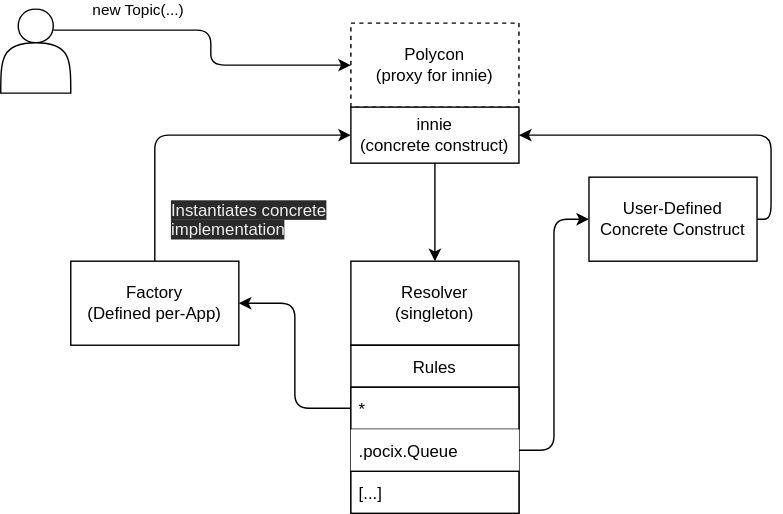
This is docs/polycons.drawio.svg from winglang/polycons, a draw.io export, as it was before one commit. Source tidied: cells renumbered, new cells last; positions are measured from the earlier drawing's top-left corner, leaving out a move shared by most shapes.
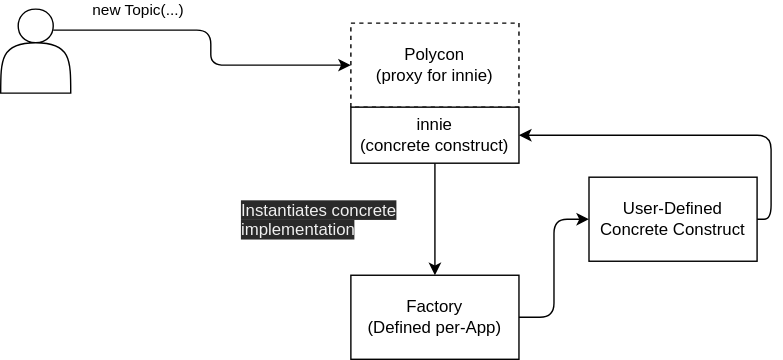
Later version of the same file.

What changed in the source:
```diff
@@ -5,14 +5,8 @@
     <mxCell id="2" value="Polycon&lt;br&gt;(proxy for innie)" style="rounded=0;whiteSpace=wrap;html=1;dashed=1;" parent="1" vertex="1">
       <mxGeometry x="250" y="10" width="120" height="60" as="geometry" />
     </mxCell>
-    <mxCell id="3" value="Resolver&lt;br&gt;(singleton)" style="rounded=0;whiteSpace=wrap;html=1;" parent="1" vertex="1">
-      <mxGeometry x="250" y="180" width="120" height="60" as="geometry" />
-    </mxCell>
-    <mxCell id="4" style="edgeStyle=orthogonalEdgeStyle;html=1;exitX=0.5;exitY=0;exitDx=0;exitDy=0;entryX=0;entryY=0.5;entryDx=0;entryDy=0;" parent="1" edge="1" source="5" target="14">
-      <mxGeometry relative="1" as="geometry" />
-    </mxCell>
     <mxCell id="5" value="Factory&lt;br&gt;(Defined per-App)" style="rounded=0;whiteSpace=wrap;html=1;" parent="1" vertex="1">
-      <mxGeometry x="50" y="180" width="120" height="60" as="geometry" />
+      <mxGeometry x="250" y="190" width="120" height="60" as="geometry" />
     </mxCell>
     <mxCell id="6" style="edgeStyle=orthogonalEdgeStyle;html=1;exitX=1;exitY=0.5;exitDx=0;exitDy=0;entryX=1;entryY=0.5;entryDx=0;entryDy=0;" parent="1" edge="1" source="7" target="14">
       <mxGeometry relative="1" as="geometry" />
@@ -20,22 +14,10 @@
     <mxCell id="7" value="User-Defined Concrete Construct" style="rounded=0;whiteSpace=wrap;html=1;" parent="1" vertex="1">
       <mxGeometry x="420" y="120" width="120" height="60" as="geometry" />
     </mxCell>
-    <mxCell id="8" value="Rules" style="swimlane;fontStyle=0;horizontal=1;startSize=30;" parent="1" vertex="1">
-      <mxGeometry x="250" y="240" width="120" height="120" as="geometry" />
-    </mxCell>
-    <mxCell id="9" value="*" style="text;align=left;verticalAlign=middle;spacingLeft=4;spacingRight=4;overflow=hidden;points=[[0,0.5],[1,0.5]];portConstraint=eastwest;strokeColor=default;fillColor=default;" parent="8" vertex="1">
-      <mxGeometry y="30" width="120" height="30" as="geometry" />
-    </mxCell>
-    <mxCell id="10" value=".pocix.Queue" style="text;align=left;verticalAlign=middle;spacingLeft=4;spacingRight=4;overflow=hidden;points=[[0,0.5],[1,0.5]];portConstraint=eastwest;fillColor=default;" parent="8" vertex="1">
-      <mxGeometry y="60" width="120" height="30" as="geometry" />
-    </mxCell>
-    <mxCell id="11" value="[...]" style="text;strokeColor=default;fillColor=default;align=left;verticalAlign=middle;spacingLeft=4;spacingRight=4;overflow=hidden;" parent="8" vertex="1">
-      <mxGeometry y="90" width="120" height="30" as="geometry" />
-    </mxCell>
-    <mxCell id="12" style="edgeStyle=orthogonalEdgeStyle;html=1;exitX=1;exitY=0.5;exitDx=0;exitDy=0;entryX=0;entryY=0.5;entryDx=0;entryDy=0;" parent="1" edge="1" source="10" target="7">
+    <mxCell id="12" style="edgeStyle=orthogonalEdgeStyle;html=1;exitX=1;exitY=0.5;exitDx=0;exitDy=0;entryX=0;entryY=0.5;entryDx=0;entryDy=0;" parent="1" edge="1" source="5" target="7">
       <mxGeometry relative="1" as="geometry" />
     </mxCell>
-    <mxCell id="13" style="edgeStyle=orthogonalEdgeStyle;html=1;exitX=0.5;exitY=1;exitDx=0;exitDy=0;entryX=0.5;entryY=0;entryDx=0;entryDy=0;" parent="1" edge="1" source="14" target="3">
+    <mxCell id="13" style="edgeStyle=orthogonalEdgeStyle;html=1;exitX=0.5;exitY=1;exitDx=0;exitDy=0;entryX=0.5;entryY=0;entryDx=0;entryDy=0;" parent="1" edge="1" source="14" target="5">
       <mxGeometry relative="1" as="geometry" />
     </mxCell>
     <mxCell id="14" value="innie&lt;br&gt;(concrete construct)" style="rounded=0;whiteSpace=wrap;html=1;strokeColor=default;" parent="1" vertex="1">
@@ -53,10 +35,7 @@
       <mxGeometry width="50" height="60" as="geometry" />
     </mxCell>
     <mxCell id="18" value="&lt;span style=&quot;color: rgb(240, 240, 240); font-family: helvetica; font-size: 12px; font-style: normal; font-weight: 400; letter-spacing: normal; text-align: center; text-indent: 0px; text-transform: none; word-spacing: 0px; background-color: rgb(42, 42, 42); display: inline; float: none;&quot;&gt;Instantiates concrete&lt;/span&gt;&lt;br style=&quot;color: rgb(240, 240, 240); font-family: helvetica; font-size: 12px; font-style: normal; font-weight: 400; letter-spacing: normal; text-align: center; text-indent: 0px; text-transform: none; word-spacing: 0px; background-color: rgb(42, 42, 42);&quot;&gt;&lt;span style=&quot;color: rgb(240, 240, 240); font-family: helvetica; font-size: 12px; font-style: normal; font-weight: 400; letter-spacing: normal; text-align: center; text-indent: 0px; text-transform: none; word-spacing: 0px; background-color: rgb(42, 42, 42); display: inline; float: none;&quot;&gt;implementation&lt;/span&gt;" style="text;whiteSpace=wrap;html=1;" parent="1" vertex="1">
-      <mxGeometry x="120" y="130" width="140" height="40" as="geometry" />
+      <mxGeometry x="170" y="130" width="140" height="40" as="geometry" />
     </mxCell>
-    <mxCell id="19" style="edgeStyle=orthogonalEdgeStyle;html=1;exitX=0;exitY=0.5;exitDx=0;exitDy=0;entryX=1;entryY=0.5;entryDx=0;entryDy=0;" parent="1" edge="1" source="9" target="5">
-      <mxGeometry relative="1" as="geometry" />
-    </mxCell>
   </root>
 </mxGraphModel>
```
